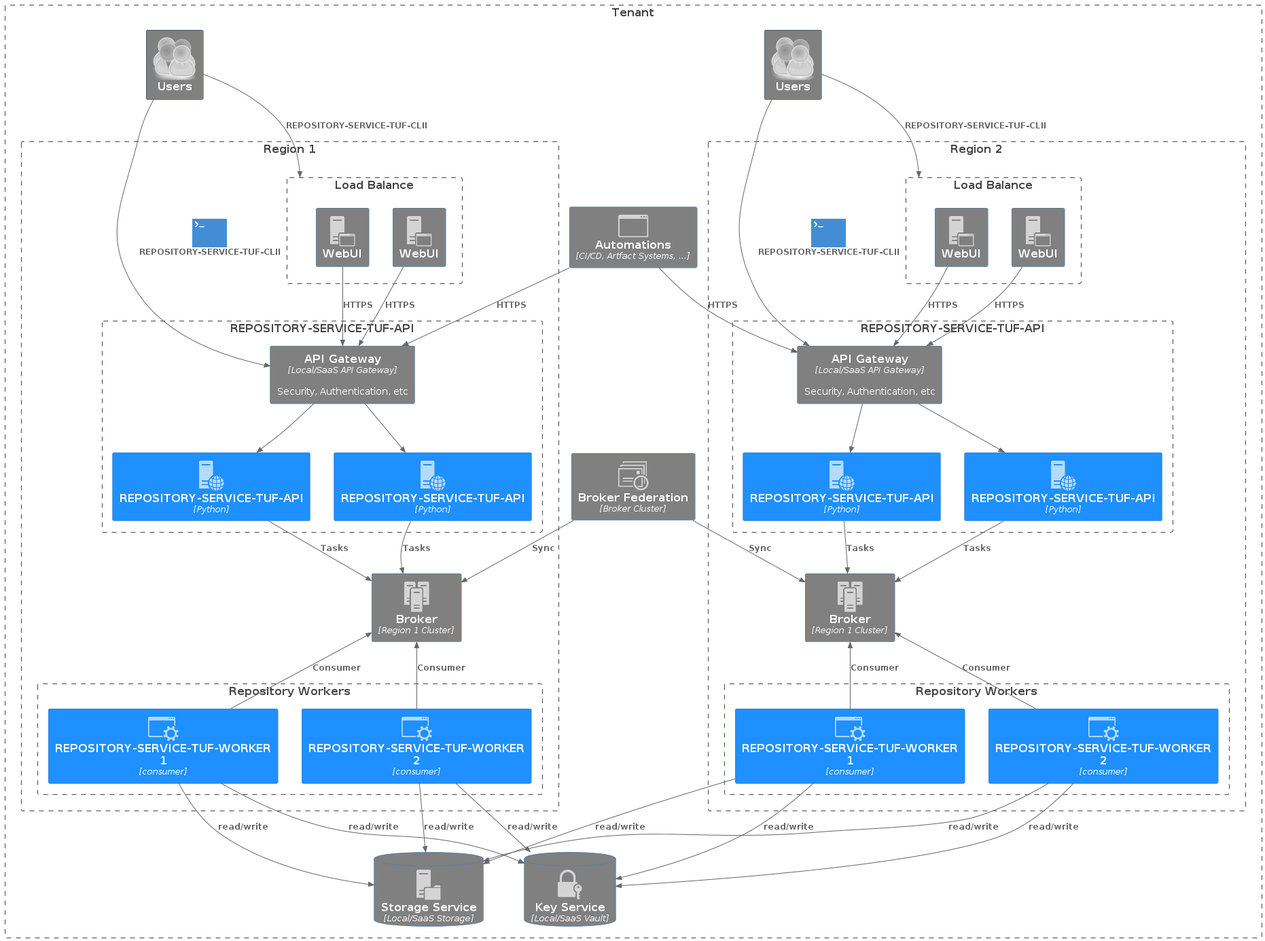
This is docs/source/_static/2_3_rstuf.png from repository-service-tuf/repository-service-tuf, a PlantUML export, as it was before one commit.
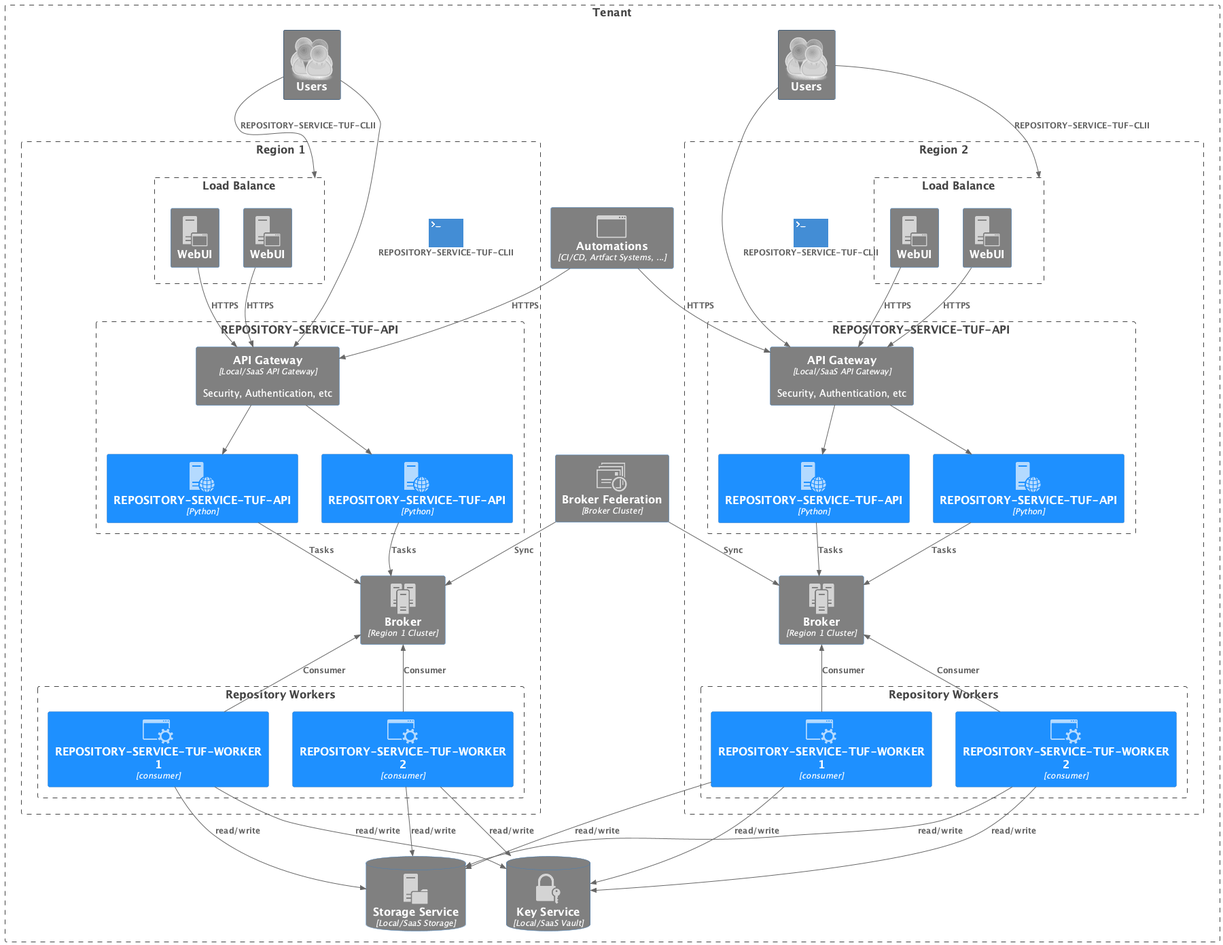
The same file after the commit.

Diff of the diagram source:
```diff
@@ -33,7 +33,7 @@
 AddContainerTag("metadata_web", $sprite="web_services", $legendText="Web exposed TUF Metadata")
 AddContainerTag("download_artifact", $sprite="download", $legendText="Download file/artifact/package", $bgColor=Gray)
 AddContainerTag("queue_cluster", $sprite="cluster_server", $legendText="Broker Cluster")
-AddContainerTag("sql_db", $sprite="database_server", $legendText="SQL Server")
+AddContainerTag("db_db", $sprite="database_server", $legendText="db Server")
 
 AddRelTag("terminal", $textColor="$ARROW_COLOR", $lineColor="$ARROW_COLOR", $sprite="terminal,scale=1.0,color=#438DD5", $legendText="CLI")
 AddRelTag("bowser", $textColor="$ARROW_COLOR", $lineColor="$ARROW_COLOR", $sprite="management_console,scale=0.5", $legendText="Browser")
```
